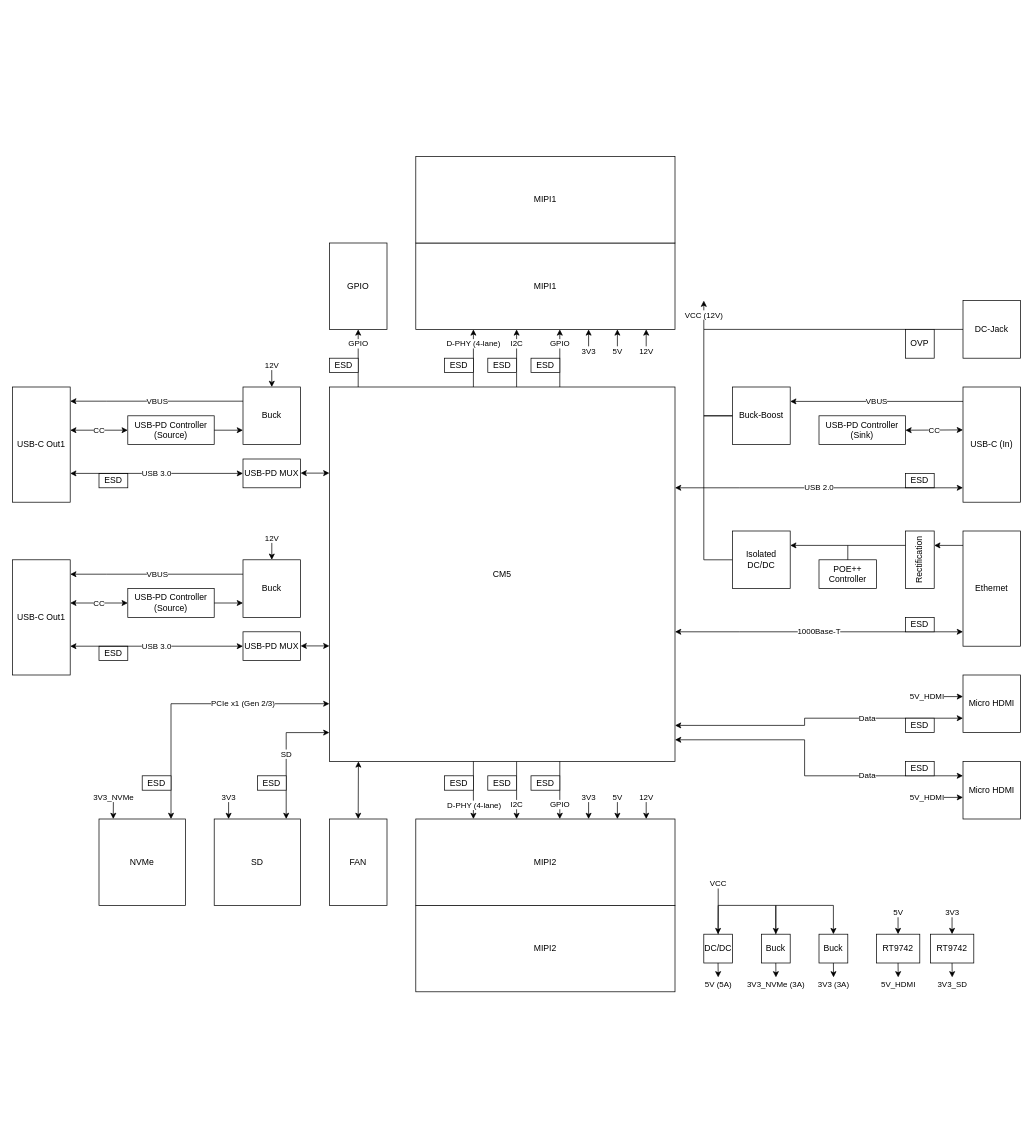
Earlier version of the draw.io diagram doc/cm5.drawio (gianlucapargaetzi/camper-van-build). Source tidied: cells renumbered, new cells numbered last; positions are measured from the earlier drawing's top-left corner, leaving out a move shared by most shapes. Both pictures are drawn from the tidied source at 72%, with x=0, y=0 at pixel (12, 156).
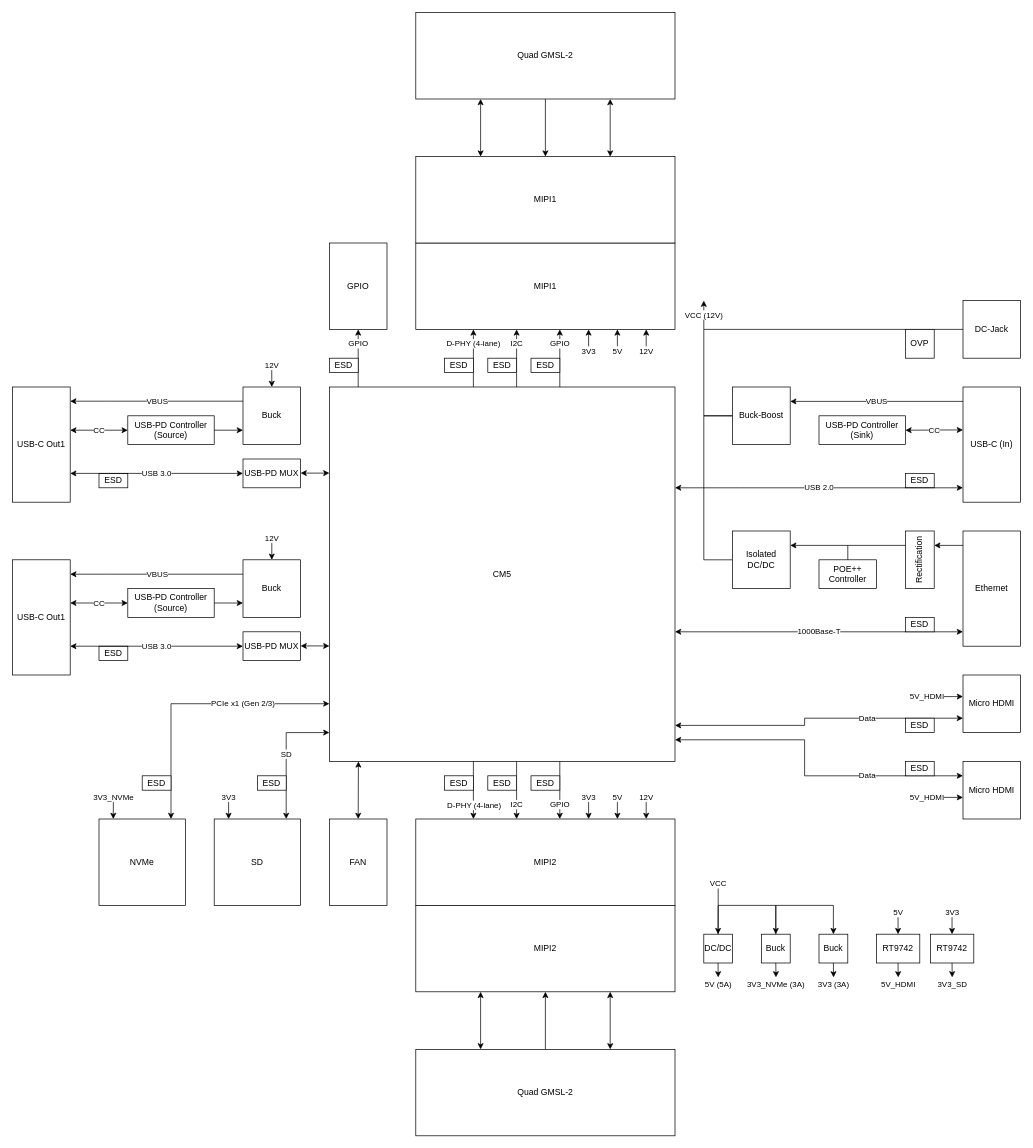
Above is the later version.

Unchanged cells that the change refers to:
```xml
<mxCell id="80" value="MIPI2" style="rounded=0;whiteSpace=wrap;html=1;" parent="1" vertex="1">
  <mxGeometry x="560" y="1040" width="360" height="120" as="geometry" />
</mxCell>
<mxCell id="81" value="MIPI1" style="rounded=0;whiteSpace=wrap;html=1;" parent="1" vertex="1">
  <mxGeometry x="560" width="360" height="120" as="geometry" />
</mxCell>
```

The edit, as a diff of the source:
```diff
@@
+    <mxCell id="107" style="edgeStyle=orthogonalEdgeStyle;rounded=0;jettySize=auto;html=1;exitX=0.25;exitY=1;exitDx=0;exitDy=0;entryX=0.25;entryY=0;entryDx=0;entryDy=0;startArrow=classic;startFill=1;" parent="1" edge="1" source="80" target="114">
+      <mxGeometry relative="1" as="geometry" />
+    </mxCell>
@@
+    <mxCell id="108" style="edgeStyle=orthogonalEdgeStyle;rounded=0;jettySize=auto;html=1;exitX=0.25;exitY=0;exitDx=0;exitDy=0;entryX=0.25;entryY=1;entryDx=0;entryDy=0;startArrow=classic;startFill=1;" parent="1" edge="1" source="81" target="111">
+      <mxGeometry relative="1" as="geometry" />
+    </mxCell>
+    <mxCell id="109" style="edgeStyle=orthogonalEdgeStyle;rounded=0;jettySize=auto;html=1;exitX=0.75;exitY=0;exitDx=0;exitDy=0;entryX=0.75;entryY=1;entryDx=0;entryDy=0;startArrow=classic;startFill=1;" parent="1" edge="1" source="81" target="111">
+      <mxGeometry relative="1" as="geometry" />
+    </mxCell>
@@
+    <mxCell id="110" style="edgeStyle=orthogonalEdgeStyle;rounded=0;jettySize=auto;html=1;exitX=0.5;exitY=1;exitDx=0;exitDy=0;" parent="1" edge="1" source="111" target="81">
+      <mxGeometry relative="1" as="geometry" />
+    </mxCell>
+    <mxCell id="111" value="Quad GMSL-2" style="rounded=0;whiteSpace=wrap;html=1;" parent="1" vertex="1">
+      <mxGeometry x="560" y="-200" width="360" height="120" as="geometry" />
+    </mxCell>
+    <mxCell id="112" style="edgeStyle=orthogonalEdgeStyle;rounded=0;jettySize=auto;html=1;exitX=0.5;exitY=0;exitDx=0;exitDy=0;entryX=0.5;entryY=1;entryDx=0;entryDy=0;" parent="1" edge="1" source="114" target="80">
+      <mxGeometry relative="1" as="geometry" />
+    </mxCell>
+    <mxCell id="113" style="edgeStyle=orthogonalEdgeStyle;rounded=0;jettySize=auto;html=1;exitX=0.75;exitY=0;exitDx=0;exitDy=0;entryX=0.75;entryY=1;entryDx=0;entryDy=0;startArrow=classic;startFill=1;" parent="1" edge="1" source="114" target="80">
+      <mxGeometry relative="1" as="geometry" />
+    </mxCell>
+    <mxCell id="114" value="Quad GMSL-2" style="rounded=0;whiteSpace=wrap;html=1;" parent="1" vertex="1">
+      <mxGeometry x="560" y="1240" width="360" height="120" as="geometry" />
+    </mxCell>
```
